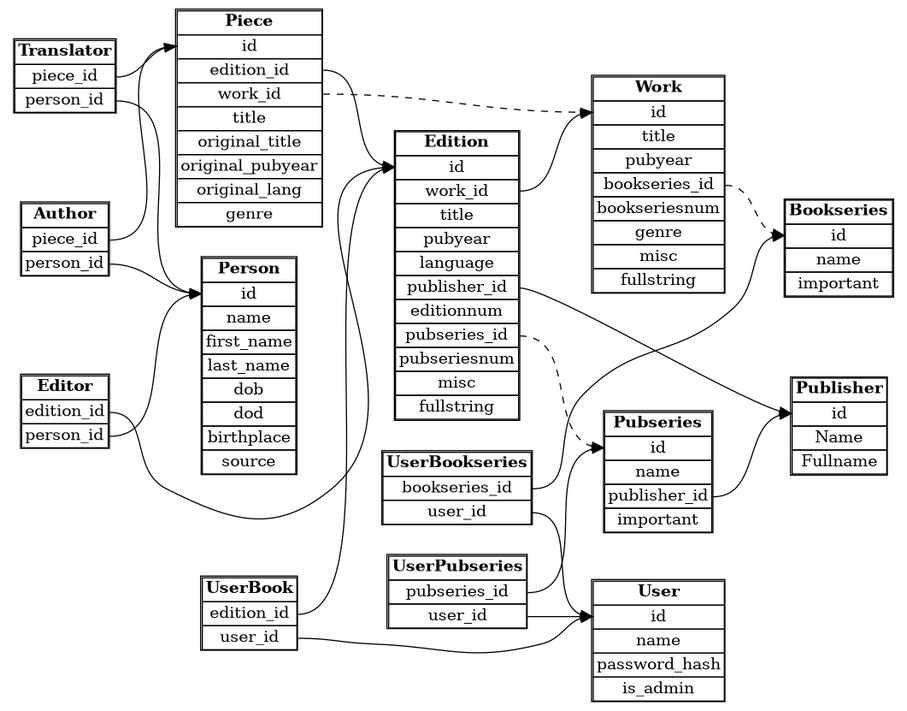
Before: db-schema.png, a diagram exported from Graphviz (Makistos/suomisf). Its source is kept beside it as db-schema.gv.
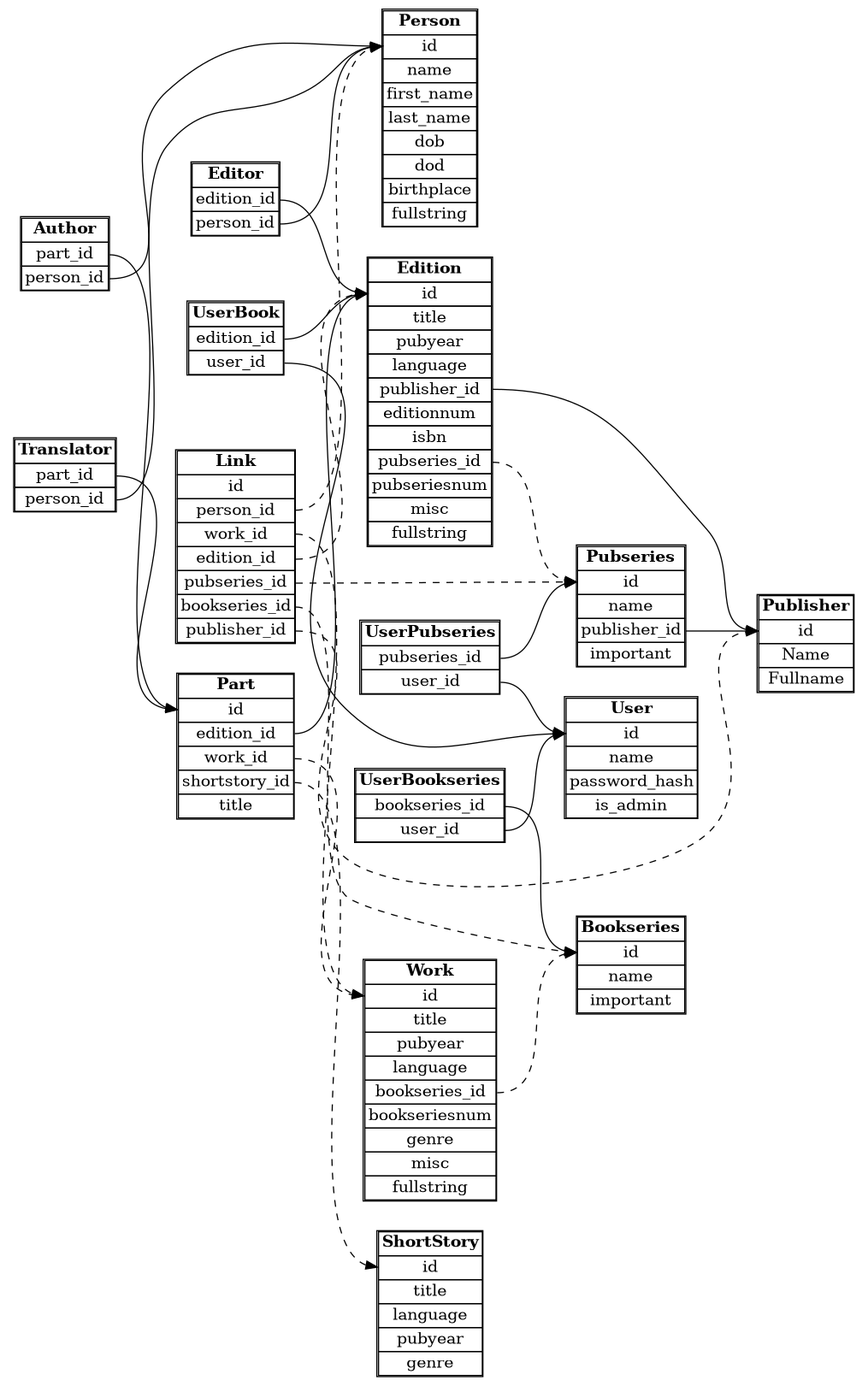
The same diagram one commit later.

What changed in the source:
```diff
@@ -14,7 +14,7 @@
 		label =<
 		<TABLE BORDER="1" CELLBORDER="1" CELLSPACING="0">
 		<TR><TD><B>Author</B></TD></TR>
-		<TR><TD PORT="pieceid">piece_id</TD></TR>
+		<TR><TD PORT="partid">part_id</TD></TR>
 		<TR><TD PORT="personid">person_id</TD></TR>
 		</TABLE>
 		>];
@@ -22,7 +22,7 @@
 		label =<
 		<TABLE BORDER="1" CELLBORDER="1" CELLSPACING="0">
 		<TR><TD><B>Translator</B></TD></TR>
-		<TR><TD PORT="pieceid">piece_id</TD></TR>
+		<TR><TD PORT="partid">part_id</TD></TR>
 		<TR><TD PORT="personid">person_id</TD></TR>
 		</TABLE>
 		>];
@@ -64,7 +64,7 @@
 		<TR><TD>dob</TD></TR>
 		<TR><TD>dod</TD></TR>
 		<TR><TD>birthplace</TD></TR>
-		<TR><TD>source</TD></TR>
+		<TR><TD>fullstring</TD></TR>
 		</TABLE>
 		>];
 	Work [
@@ -74,6 +74,7 @@
 		<TR><TD PORT="id">id</TD></TR>
 		<TR><TD>title</TD></TR>
 		<TR><TD>pubyear</TD></TR>
+                <TR><TD>language</TD></TR>
 		<TR><TD PORT="bookseriesid">bookseries_id</TD></TR>
 		<TR><TD>bookseriesnum</TD></TR>
 		<TR><TD>genre</TD></TR>
@@ -86,12 +87,12 @@
 		<TABLE BORDER="1" CELLBORDER="1" CELLSPACING="0">
 		<TR><TD><B>Edition</B></TD></TR>
 		<TR><TD PORT="id">id</TD></TR>
-		<TR><TD PORT="workid">work_id</TD></TR>
 		<TR><TD>title</TD></TR>
 		<TR><TD>pubyear</TD></TR>
 		<TR><TD>language</TD></TR>
 		<TR><TD PORT="publisherid">publisher_id</TD></TR>
 		<TR><TD>editionnum</TD></TR>
+		<TR><TD>isbn</TD></TR>
 		<TR><TD PORT="pubseriesid">pubseries_id</TD></TR>
 		<TR><TD>pubseriesnum</TD></TR>
 		<TR><TD>misc</TD></TR>
@@ -134,30 +135,52 @@
                 <TR><TD PORT="userid">user_id</TD></TR>
                 </TABLE>
                 >];
-	Piece [
+	Part [
 		label =<
 		<TABLE BORDER="1" CELLBORDER="1" CELLSPACING="0">
-		<TR><TD><B>Piece</B></TD></TR>
+		<TR><TD><B>Part</B></TD></TR>
 		<TR><TD PORT="id">id</TD></TR>
 		<TR><TD PORT="editionid">edition_id</TD></TR>
 		<TR><TD PORT="workid">work_id</TD></TR>
+		<TR><TD PORT="ssid">shortstory_id</TD></TR>
 		<TR><TD>title</TD></TR>
-		<TR><TD>original_title</TD></TR>
-		<TR><TD>original_pubyear</TD></TR>
-		<TR><TD>original_lang</TD></TR>
+		</TABLE>
+		>];
+
+	ShortStory [
+		label =<
+		<TABLE BORDER="1" CELLBORDER="1" CELLSPACING="0">
+		<TR><TD><B>ShortStory</B></TD></TR>
+		<TR><TD PORT="id">id</TD></TR>
+		<TR><TD>title</TD></TR>
+                <TR><TD>language</TD></TR>
+		<TR><TD>pubyear</TD></TR>
 		<TR><TD>genre</TD></TR>
 		</TABLE>
 		>];
 
-	Author:pieceid -> Piece:id;
+        Link [
+                label =<
+		<TABLE BORDER="1" CELLBORDER="1" CELLSPACING="0">
+		<TR><TD><B>Link</B></TD></TR>
+		<TR><TD PORT="id">id</TD></TR>
+                <TR><TD PORT="personid">person_id</TD></TR>
+                <TR><TD PORT="workid">work_id</TD></TR>
+                <TR><TD PORT="editionid">edition_id</TD></TR>
+                <TR><TD PORT="pubseriesid">pubseries_id</TD></TR>
+                <TR><TD PORT="bookseriesid">bookseries_id</TD></TR>
+                <TR><TD PORT="publisherid">publisher_id</TD></TR>
+		</TABLE>
+		>];
+
+	Author:partid -> Part:id;
 	Author:personid -> Person:id;
 	Translator:personid -> Person:id;
-	Translator:pieceid -> Piece:id;
+	Translator:partid -> Part:id;
 	Editor:personid -> Person:id;
 	Editor:editionid -> Edition:id;
 	Pubseries:publisherid -> Publisher:id;
 	Work:bookseriesid -> Bookseries:id [style=dashed];
-	Edition:workid -> Work:id;
 	Edition:publisherid -> Publisher:id;
 	Edition:pubseriesid -> Pubseries:id [style=dashed];
 	UserBook:userid -> User:id;
@@ -166,6 +189,13 @@
         UserPubseries:userid -> User:id;
         UserBookseries:bookseriesid -> Bookseries:id;
         UserBookseries:userid -> User:id;
-	Piece:editionid -> Edition:id;
-	Piece:workid -> Work:id [style=dashed];
+	Part:editionid -> Edition:id;
+	Part:workid -> Work:id [style=dashed];
+	Part:ssid -> ShortStory:id [style=dashed];
+        Link:personid -> Person:id [style=dashed];
+        Link:workid -> Work:id [style=dashed];
+        Link:editionid -> Edition:id [style=dashed];
+        Link:pubseriesid -> Pubseries:id [style=dashed];
+        Link:bookseriesid -> Bookseries:id [style=dashed];
+        Link:publisherid -> Publisher:id [style=dashed];
 }
```
